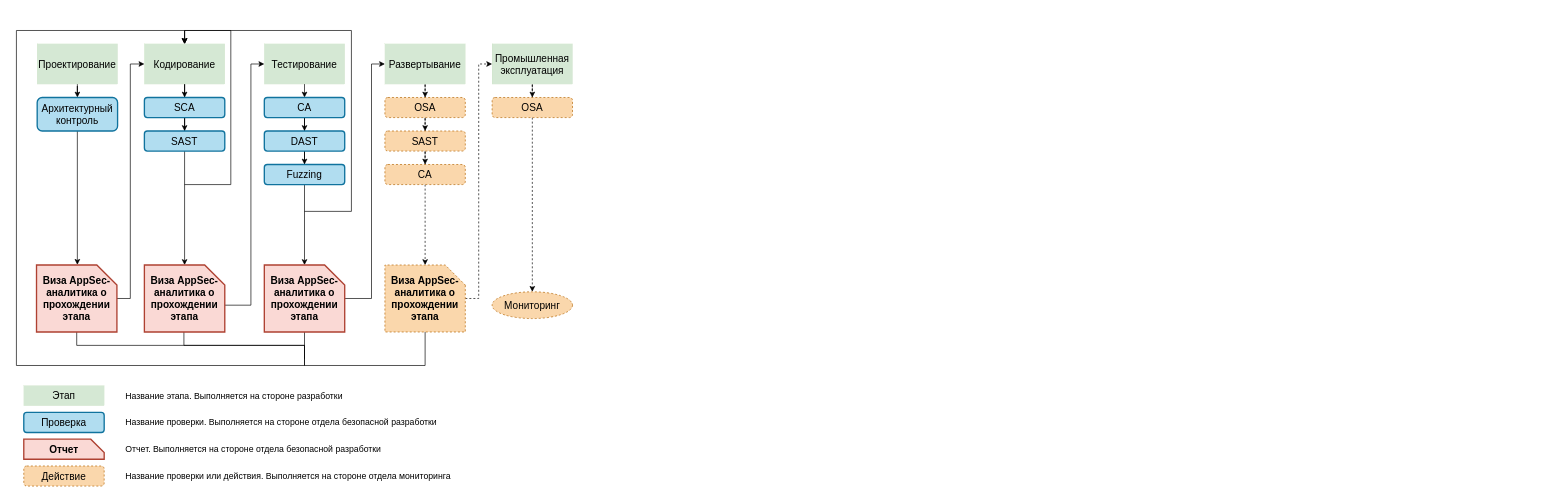
Before: page "Этапы" (5 of 11) of Untitled Diagram2.drawio in GoluzinaD/Python, a draw.io diagram. Source tidied: cells renumbered, new cells numbered last; positions are measured from the earlier drawing's top-left corner, leaving out a move shared by most shapes. Both pictures are drawn from the tidied source at 67%, with x=0, y=0 at pixel (16, 30).
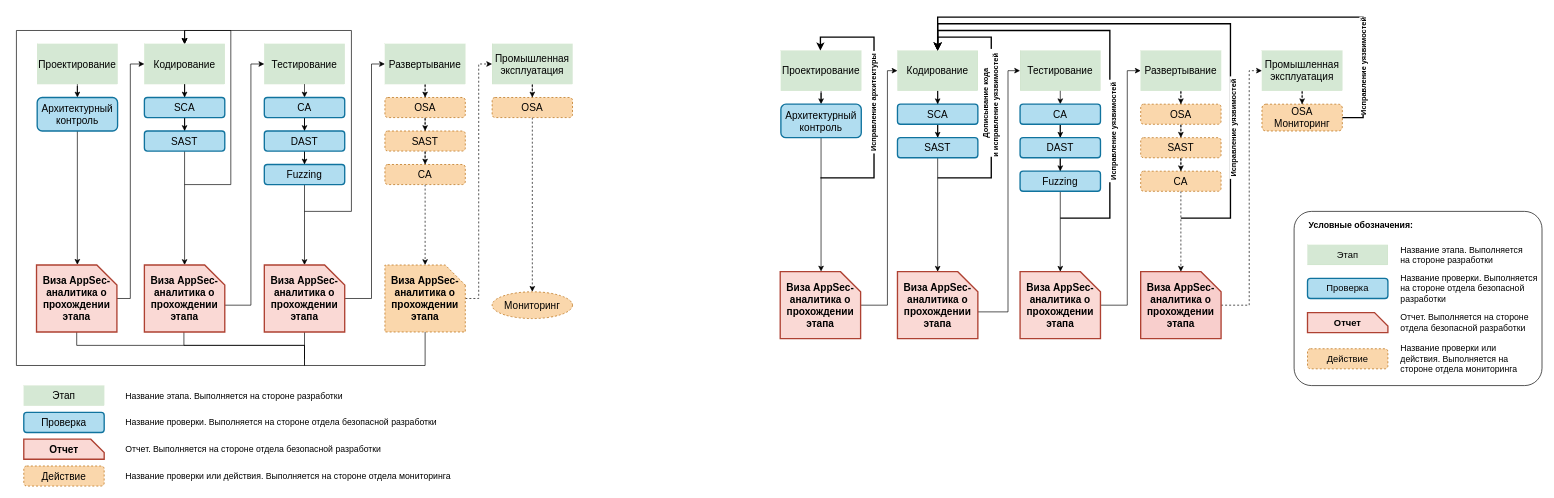
The same diagram, later.

What changed in the source:
```diff
@@
+    <mxCell id="55" style="rounded=1;whiteSpace=wrap;html=1;fontSize=15;arcSize=10;strokeWidth=1;fillColor=none;strokeColor=default;" parent="1" vertex="1">
+      <mxGeometry x="1907" y="270" width="370" height="260" as="geometry" />
+    </mxCell>
@@
+    <mxCell id="56" style="edgeStyle=orthogonalEdgeStyle;rounded=1;jettySize=auto;html=1;" parent="1" edge="1" source="57" target="92">
+      <mxGeometry relative="1" as="geometry" />
+    </mxCell>
+    <mxCell id="57" value="Проектирование" style="rounded=0;whiteSpace=wrap;html=1;fontSize=15;strokeWidth=0;fillColor=#d5e8d4;strokeColor=#82b366;" parent="1" vertex="1">
+      <mxGeometry x="1141" y="30" width="120" height="60" as="geometry" />
+    </mxCell>
+    <mxCell id="58" style="edgeStyle=orthogonalEdgeStyle;rounded=0;jettySize=auto;html=1;entryX=0.5;entryY=0;entryDx=0;entryDy=0;fontSize=15;" parent="1" edge="1" source="59" target="68">
+      <mxGeometry relative="1" as="geometry" />
+    </mxCell>
+    <mxCell id="59" value="Кодирование" style="rounded=0;whiteSpace=wrap;html=1;fontSize=15;strokeWidth=0;fillColor=#d5e8d4;strokeColor=#82b366;" parent="1" vertex="1">
+      <mxGeometry x="1315" y="30" width="120" height="60" as="geometry" />
+    </mxCell>
+    <mxCell id="60" value="Тестирование" style="rounded=0;whiteSpace=wrap;html=1;fontSize=15;strokeWidth=0;fillColor=#d5e8d4;strokeColor=#82b366;" parent="1" vertex="1">
+      <mxGeometry x="1498" y="30" width="120" height="60" as="geometry" />
+    </mxCell>
+    <mxCell id="61" style="edgeStyle=orthogonalEdgeStyle;rounded=0;jettySize=auto;html=1;entryX=0.5;entryY=0;entryDx=0;entryDy=0;fontSize=15;fillColor=#fad7ac;strokeColor=#000000;dashed=1;" parent="1" edge="1" source="62" target="66">
+      <mxGeometry relative="1" as="geometry" />
+    </mxCell>
+    <mxCell id="62" value="Развертывание" style="rounded=0;whiteSpace=wrap;html=1;fontSize=15;dashed=1;strokeWidth=0;fillColor=#d5e8d4;strokeColor=#82b366;" parent="1" vertex="1">
+      <mxGeometry x="1678" y="30" width="120" height="60" as="geometry" />
+    </mxCell>
+    <mxCell id="63" style="edgeStyle=orthogonalEdgeStyle;rounded=0;jettySize=auto;html=1;entryX=0.5;entryY=0;entryDx=0;entryDy=0;fontSize=15;fillColor=#fad7ac;strokeColor=#000000;dashed=1;" parent="1" edge="1" source="64" target="74">
+      <mxGeometry relative="1" as="geometry" />
+    </mxCell>
+    <mxCell id="64" value="Промышленная эксплуатация" style="rounded=0;whiteSpace=wrap;html=1;fontSize=15;dashed=1;strokeWidth=0;fillColor=#d5e8d4;strokeColor=#82b366;" parent="1" vertex="1">
+      <mxGeometry x="1859" y="30" width="120" height="60" as="geometry" />
+    </mxCell>
+    <mxCell id="65" style="edgeStyle=orthogonalEdgeStyle;rounded=0;jettySize=auto;html=1;entryX=0.5;entryY=0;entryDx=0;entryDy=0;fontSize=15;fillColor=#fad7ac;strokeColor=#000000;dashed=1;" parent="1" edge="1" source="66" target="73">
+      <mxGeometry relative="1" as="geometry" />
+    </mxCell>
+    <mxCell id="66" value="OSA" style="rounded=1;whiteSpace=wrap;html=1;fontSize=15;fillColor=#fad7ac;strokeColor=#b46504;dashed=1;" parent="1" vertex="1">
+      <mxGeometry x="1678" y="110" width="120" height="30" as="geometry" />
+    </mxCell>
+    <mxCell id="67" style="edgeStyle=orthogonalEdgeStyle;rounded=0;jettySize=auto;html=1;entryX=0.5;entryY=0;entryDx=0;entryDy=0;fontSize=15;fillColor=#b1ddf0;strokeColor=#000000;strokeWidth=1;" parent="1" edge="1" source="68" target="70">
+      <mxGeometry relative="1" as="geometry" />
+    </mxCell>
+    <mxCell id="68" value="SCA" style="rounded=1;whiteSpace=wrap;html=1;fontSize=15;fillColor=#b1ddf0;strokeColor=#10739e;strokeWidth=2;" parent="1" vertex="1">
+      <mxGeometry x="1315" y="110" width="120" height="30" as="geometry" />
+    </mxCell>
+    <mxCell id="69" style="edgeStyle=orthogonalEdgeStyle;rounded=0;jettySize=auto;html=1;fontSize=15;strokeWidth=1;" parent="1" edge="1" source="70" target="86">
+      <mxGeometry relative="1" as="geometry" />
+    </mxCell>
+    <mxCell id="70" value="SAST" style="rounded=1;whiteSpace=wrap;html=1;fontSize=15;fillColor=#b1ddf0;strokeColor=#10739e;strokeWidth=2;" parent="1" vertex="1">
+      <mxGeometry x="1315" y="160" width="120" height="30" as="geometry" />
+    </mxCell>
+    <mxCell id="71" style="edgeStyle=orthogonalEdgeStyle;rounded=0;jettySize=auto;html=1;entryX=0.5;entryY=0;entryDx=0;entryDy=0;fontSize=15;fillColor=#b1ddf0;strokeColor=#000000;" parent="1" edge="1" target="76">
+      <mxGeometry relative="1" as="geometry">
+        <mxPoint x="1558" y="90" as="sourcePoint" />
+      </mxGeometry>
+    </mxCell>
+    <mxCell id="72" style="edgeStyle=orthogonalEdgeStyle;rounded=0;jettySize=auto;html=1;entryX=0.5;entryY=0;entryDx=0;entryDy=0;fontSize=15;fillColor=#fad7ac;strokeColor=#000000;dashed=1;" parent="1" edge="1" source="73" target="82">
+      <mxGeometry relative="1" as="geometry" />
+    </mxCell>
+    <mxCell id="73" value="SAST" style="rounded=1;whiteSpace=wrap;html=1;fontSize=15;fillColor=#fad7ac;strokeColor=#b46504;dashed=1;" parent="1" vertex="1">
+      <mxGeometry x="1678" y="160" width="120" height="30" as="geometry" />
+    </mxCell>
+    <mxCell id="74" value="OSA&lt;br&gt;Мониторинг" style="rounded=1;whiteSpace=wrap;html=1;fontSize=15;fillColor=#fad7ac;strokeColor=#b46504;dashed=1;" parent="1" vertex="1">
+      <mxGeometry x="1859" y="110" width="120" height="40" as="geometry" />
+    </mxCell>
+    <mxCell id="75" style="edgeStyle=orthogonalEdgeStyle;rounded=0;jettySize=auto;html=1;entryX=0.5;entryY=0;entryDx=0;entryDy=0;fontSize=15;fillColor=#b1ddf0;strokeColor=#000000;strokeWidth=1;" parent="1" edge="1" source="76" target="78">
+      <mxGeometry relative="1" as="geometry" />
+    </mxCell>
+    <mxCell id="76" value="CA" style="rounded=1;whiteSpace=wrap;html=1;fontSize=15;fillColor=#b1ddf0;strokeColor=#10739e;strokeWidth=2;" parent="1" vertex="1">
+      <mxGeometry x="1498" y="110" width="120" height="30" as="geometry" />
+    </mxCell>
+    <mxCell id="77" style="edgeStyle=orthogonalEdgeStyle;rounded=0;jettySize=auto;html=1;entryX=0.5;entryY=0;entryDx=0;entryDy=0;fontSize=15;fillColor=#b1ddf0;strokeColor=#000000;strokeWidth=1;" parent="1" edge="1" source="78" target="80">
+      <mxGeometry relative="1" as="geometry" />
+    </mxCell>
+    <mxCell id="78" value="DAST" style="rounded=1;whiteSpace=wrap;html=1;fontSize=15;fillColor=#b1ddf0;strokeColor=#10739e;strokeWidth=2;" parent="1" vertex="1">
+      <mxGeometry x="1498" y="160" width="120" height="30" as="geometry" />
+    </mxCell>
+    <mxCell id="79" style="edgeStyle=orthogonalEdgeStyle;rounded=0;jettySize=auto;html=1;fontSize=15;fillColor=#b0e3e6;strokeColor=#000000;entryX=0;entryY=0.5;entryDx=0;entryDy=0;entryPerimeter=0;strokeWidth=1;" parent="1" edge="1" source="80" target="88">
+      <mxGeometry relative="1" as="geometry" />
+    </mxCell>
+    <mxCell id="80" value="Fuzzing" style="rounded=1;whiteSpace=wrap;html=1;fontSize=15;fillColor=#b1ddf0;strokeColor=#10739e;strokeWidth=2;" parent="1" vertex="1">
+      <mxGeometry x="1498" y="210" width="120" height="30" as="geometry" />
+    </mxCell>
+    <mxCell id="81" style="edgeStyle=orthogonalEdgeStyle;rounded=0;jettySize=auto;html=1;fontSize=15;fillColor=#fad7ac;strokeColor=#000000;dashed=1;" parent="1" edge="1" source="82" target="90">
+      <mxGeometry relative="1" as="geometry" />
+    </mxCell>
+    <mxCell id="82" value="CA" style="rounded=1;whiteSpace=wrap;html=1;fontSize=15;fillColor=#fad7ac;strokeColor=#b46504;dashed=1;" parent="1" vertex="1">
+      <mxGeometry x="1678" y="210" width="120" height="30" as="geometry" />
+    </mxCell>
+    <mxCell id="83" style="edgeStyle=orthogonalEdgeStyle;rounded=0;jettySize=auto;html=1;entryX=0;entryY=0.5;entryDx=0;entryDy=0;fontSize=13;startArrow=none;startFill=0;endArrow=classic;endFill=1;" parent="1" edge="1" source="84" target="59">
+      <mxGeometry relative="1" as="geometry">
+        <Array as="points">
+          <mxPoint x="1300" y="410" />
+          <mxPoint x="1300" y="60" />
+        </Array>
+      </mxGeometry>
+    </mxCell>
+    <mxCell id="84" value="Виза AppSec-аналитика о прохождении этапа" style="shape=card;whiteSpace=wrap;html=1;direction=south;fontSize=15;fillColor=#fad9d5;strokeColor=#ae4132;fontStyle=1;strokeWidth=2;" parent="1" vertex="1">
+      <mxGeometry x="1140" y="360" width="120" height="100" as="geometry" />
+    </mxCell>
+    <mxCell id="85" style="edgeStyle=orthogonalEdgeStyle;rounded=0;jettySize=auto;html=1;entryX=0;entryY=0.5;entryDx=0;entryDy=0;fontSize=13;startArrow=none;startFill=0;endArrow=classic;endFill=1;" parent="1" edge="1" source="86" target="60">
+      <mxGeometry relative="1" as="geometry">
+        <Array as="points">
+          <mxPoint x="1480" y="420" />
+          <mxPoint x="1480" y="60" />
+        </Array>
+      </mxGeometry>
+    </mxCell>
+    <mxCell id="86" value="Виза AppSec-аналитика о прохождении этапа" style="shape=card;whiteSpace=wrap;html=1;direction=south;fontSize=15;fillColor=#fad9d5;strokeColor=#ae4132;fontStyle=1;strokeWidth=2;" parent="1" vertex="1">
+      <mxGeometry x="1315" y="360" width="120" height="100" as="geometry" />
+    </mxCell>
+    <mxCell id="87" style="edgeStyle=orthogonalEdgeStyle;rounded=0;jettySize=auto;html=1;entryX=0;entryY=0.5;entryDx=0;entryDy=0;fontSize=13;startArrow=none;startFill=0;endArrow=classic;endFill=1;strokeWidth=1;" parent="1" edge="1" source="88" target="62">
+      <mxGeometry relative="1" as="geometry">
+        <Array as="points">
+          <mxPoint x="1658" y="410" />
+          <mxPoint x="1658" y="60" />
+        </Array>
+      </mxGeometry>
+    </mxCell>
+    <mxCell id="88" value="Виза AppSec-аналитика о прохождении этапа" style="shape=card;whiteSpace=wrap;html=1;direction=south;fontSize=15;fillColor=#fad9d5;strokeColor=#ae4132;fontStyle=1;strokeWidth=2;" parent="1" vertex="1">
+      <mxGeometry x="1498" y="360" width="120" height="100" as="geometry" />
+    </mxCell>
+    <mxCell id="89" style="edgeStyle=orthogonalEdgeStyle;rounded=0;jettySize=auto;html=1;entryX=0;entryY=0.5;entryDx=0;entryDy=0;fontSize=13;startArrow=none;startFill=0;endArrow=classic;endFill=1;dashed=1;" parent="1" edge="1" source="90" target="64">
+      <mxGeometry relative="1" as="geometry">
+        <Array as="points">
+          <mxPoint x="1840" y="410" />
+          <mxPoint x="1840" y="60" />
+        </Array>
+      </mxGeometry>
+    </mxCell>
+    <mxCell id="90" value="Виза AppSec-аналитика о прохождении этапа" style="shape=card;whiteSpace=wrap;html=1;direction=south;fontSize=15;fillColor=#F8CECC;strokeColor=#AE4132;fontStyle=1;strokeWidth=2;" parent="1" vertex="1">
+      <mxGeometry x="1678" y="360" width="120" height="100" as="geometry" />
+    </mxCell>
+    <mxCell id="91" style="edgeStyle=orthogonalEdgeStyle;rounded=1;jettySize=auto;html=1;entryX=-0.003;entryY=0.492;entryDx=0;entryDy=0;entryPerimeter=0;strokeWidth=1;" parent="1" edge="1" source="92" target="84">
+      <mxGeometry relative="1" as="geometry" />
+    </mxCell>
+    <mxCell id="92" value="Архитектурный контроль" style="rounded=1;whiteSpace=wrap;html=1;fontSize=15;fillColor=#b1ddf0;strokeColor=#10739e;strokeWidth=2;" parent="1" vertex="1">
+      <mxGeometry x="1141" y="110" width="120" height="50" as="geometry" />
+    </mxCell>
+    <mxCell id="93" style="endArrow=classic;html=1;rounded=0;fontSize=13;strokeWidth=2;" parent="1" edge="1">
+      <mxGeometry relative="1" as="geometry">
+        <mxPoint x="1375" y="220" as="sourcePoint" />
+        <mxPoint x="1375" y="30" as="targetPoint" />
+        <Array as="points">
+          <mxPoint x="1455" y="220" />
+          <mxPoint x="1455" y="10" />
+          <mxPoint x="1375" y="10" />
+        </Array>
+      </mxGeometry>
+    </mxCell>
+    <mxCell id="94" value="&lt;b&gt;&amp;nbsp;Дописывание кода&amp;nbsp;&lt;br&gt;и исправление уязвимостей&amp;nbsp;&amp;nbsp;&lt;/b&gt;" style="edgeLabel;html=1;align=center;verticalAlign=middle;rotation=-90;" parent="93" vertex="1">
+      <mxGeometry x="-0.01" y="2" relative="1" as="geometry">
+        <mxPoint y="3" as="offset" />
+      </mxGeometry>
+    </mxCell>
+    <mxCell id="95" style="endArrow=classic;html=1;rounded=0;fontSize=13;strokeWidth=2;entryX=0.5;entryY=0;entryDx=0;entryDy=0;" parent="1" edge="1" target="59">
+      <mxGeometry relative="1" as="geometry">
+        <mxPoint x="1558" y="280" as="sourcePoint" />
+        <Array as="points">
+          <mxPoint x="1632" y="280" />
+          <mxPoint x="1632" />
+          <mxPoint x="1375" />
+        </Array>
+      </mxGeometry>
+    </mxCell>
+    <mxCell id="96" value="&lt;b&gt;&amp;nbsp;Исправление уязвимостей&amp;nbsp;&lt;/b&gt;" style="edgeLabel;html=1;align=center;verticalAlign=middle;rotation=-90;" parent="95" vertex="1">
+      <mxGeometry x="-0.37" relative="1" as="geometry">
+        <mxPoint x="4" as="offset" />
+      </mxGeometry>
+    </mxCell>
+    <mxCell id="97" value="Этап" style="rounded=0;whiteSpace=wrap;html=1;fontSize=14;strokeWidth=0;fillColor=#d5e8d4;strokeColor=#82b366;" parent="1" vertex="1">
+      <mxGeometry x="1927" y="320" width="120" height="30" as="geometry" />
+    </mxCell>
+    <mxCell id="98" value="Название этапа. Выполняется на стороне разработки" style="text;html=1;strokeColor=none;fillColor=none;align=left;verticalAlign=middle;whiteSpace=wrap;rounded=0;labelBorderColor=none;fontSize=13;" parent="1" vertex="1">
+      <mxGeometry x="2064" y="320" width="193" height="30" as="geometry" />
+    </mxCell>
+    <mxCell id="99" value="Проверка" style="rounded=1;whiteSpace=wrap;html=1;fontSize=14;strokeWidth=2;fillColor=#b1ddf0;strokeColor=#10739e;fillStyle=auto;" parent="1" vertex="1">
+      <mxGeometry x="1927" y="370" width="120" height="30" as="geometry" />
+    </mxCell>
+    <mxCell id="100" value="Название проверки. Выполняется на стороне отдела безопасной разработки" style="text;html=1;strokeColor=none;fillColor=none;align=left;verticalAlign=middle;whiteSpace=wrap;rounded=0;labelBorderColor=none;fontSize=13;" parent="1" vertex="1">
+      <mxGeometry x="2064" y="370" width="213" height="30" as="geometry" />
+    </mxCell>
+    <mxCell id="101" value="Действие" style="rounded=1;whiteSpace=wrap;html=1;fontSize=14;strokeWidth=1;fillColor=#fad7ac;strokeColor=#b46504;dashed=1;" parent="1" vertex="1">
+      <mxGeometry x="1927" y="475" width="120" height="30" as="geometry" />
+    </mxCell>
+    <mxCell id="102" value="Название проверки или действия. Выполняется на стороне отдела мониторинга" style="text;html=1;strokeColor=none;fillColor=none;align=left;verticalAlign=middle;whiteSpace=wrap;rounded=0;labelBorderColor=none;fontSize=13;" parent="1" vertex="1">
+      <mxGeometry x="2064" y="475" width="203" height="30" as="geometry" />
+    </mxCell>
+    <mxCell id="103" value="Отчет" style="shape=card;whiteSpace=wrap;html=1;direction=south;fontSize=14;fillColor=#fad9d5;strokeColor=#ae4132;fontStyle=1;strokeWidth=2;size=20;" parent="1" vertex="1">
+      <mxGeometry x="1927" y="421" width="120" height="30" as="geometry" />
+    </mxCell>
+    <mxCell id="104" value="Отчет. Выполняется на стороне отдела безопасной разработки" style="text;html=1;strokeColor=none;fillColor=none;align=left;verticalAlign=middle;whiteSpace=wrap;rounded=0;labelBorderColor=none;fontSize=13;" parent="1" vertex="1">
+      <mxGeometry x="2064" y="421" width="203" height="30" as="geometry" />
+    </mxCell>
+    <mxCell id="105" style="endArrow=classic;html=1;rounded=0;fontSize=13;strokeWidth=2;entryX=0.5;entryY=0;entryDx=0;entryDy=0;" parent="1" edge="1" target="59">
+      <mxGeometry relative="1" as="geometry">
+        <mxPoint x="1738" y="280" as="sourcePoint" />
+        <Array as="points">
+          <mxPoint x="1812" y="280" />
+          <mxPoint x="1812" y="-10" />
+          <mxPoint x="1375" y="-10" />
+        </Array>
+      </mxGeometry>
+    </mxCell>
+    <mxCell id="106" value="&lt;b&gt;&amp;nbsp;Исправление уязвимостей&amp;nbsp;&lt;/b&gt;" style="edgeLabel;html=1;align=center;verticalAlign=middle;rotation=-90;" parent="105" vertex="1">
+      <mxGeometry x="-0.37" relative="1" as="geometry">
+        <mxPoint x="4" y="58" as="offset" />
+      </mxGeometry>
+    </mxCell>
+    <mxCell id="107" style="endArrow=classic;html=1;rounded=0;fontSize=13;strokeWidth=2;" parent="1" edge="1">
+      <mxGeometry relative="1" as="geometry">
+        <mxPoint x="1207" y="220" as="sourcePoint" />
+        <mxPoint x="1200" y="30" as="targetPoint" />
+        <Array as="points">
+          <mxPoint x="1200" y="220" />
+          <mxPoint x="1280" y="220" />
+          <mxPoint x="1280" y="10" />
+          <mxPoint x="1200" y="10" />
+        </Array>
+      </mxGeometry>
+    </mxCell>
+    <mxCell id="108" value="&lt;b&gt;&amp;nbsp;Исправление архитектуры&amp;nbsp;&lt;/b&gt;" style="edgeLabel;html=1;align=center;verticalAlign=middle;rotation=-90;" parent="107" vertex="1">
+      <mxGeometry x="-0.01" y="2" relative="1" as="geometry">
+        <mxPoint y="-1" as="offset" />
+      </mxGeometry>
+    </mxCell>
+    <mxCell id="109" style="endArrow=classic;html=1;rounded=0;fontSize=13;strokeWidth=2;exitX=1;exitY=0.5;exitDx=0;exitDy=0;entryX=0.5;entryY=0;entryDx=0;entryDy=0;" parent="1" edge="1" source="74" target="59">
+      <mxGeometry relative="1" as="geometry">
+        <Array as="points">
+          <mxPoint x="2010" y="130" />
+          <mxPoint x="2010" y="-20" />
+          <mxPoint x="1375" y="-20" />
+        </Array>
+      </mxGeometry>
+    </mxCell>
+    <mxCell id="110" value="&lt;b&gt;Исправление уязвимостей&lt;/b&gt;" style="edgeLabel;html=1;align=center;verticalAlign=middle;rotation=-90;" parent="109" vertex="1">
+      <mxGeometry x="-0.37" relative="1" as="geometry">
+        <mxPoint x="92" y="75" as="offset" />
+      </mxGeometry>
+    </mxCell>
+    <mxCell id="111" value="&lt;b&gt;Условные обозначения:&lt;/b&gt;" style="text;html=1;strokeColor=none;fillColor=none;align=left;verticalAlign=middle;whiteSpace=wrap;rounded=0;labelBorderColor=none;fontSize=13;" parent="1" vertex="1">
+      <mxGeometry x="1927" y="276" width="320" height="30" as="geometry" />
+    </mxCell>
```
